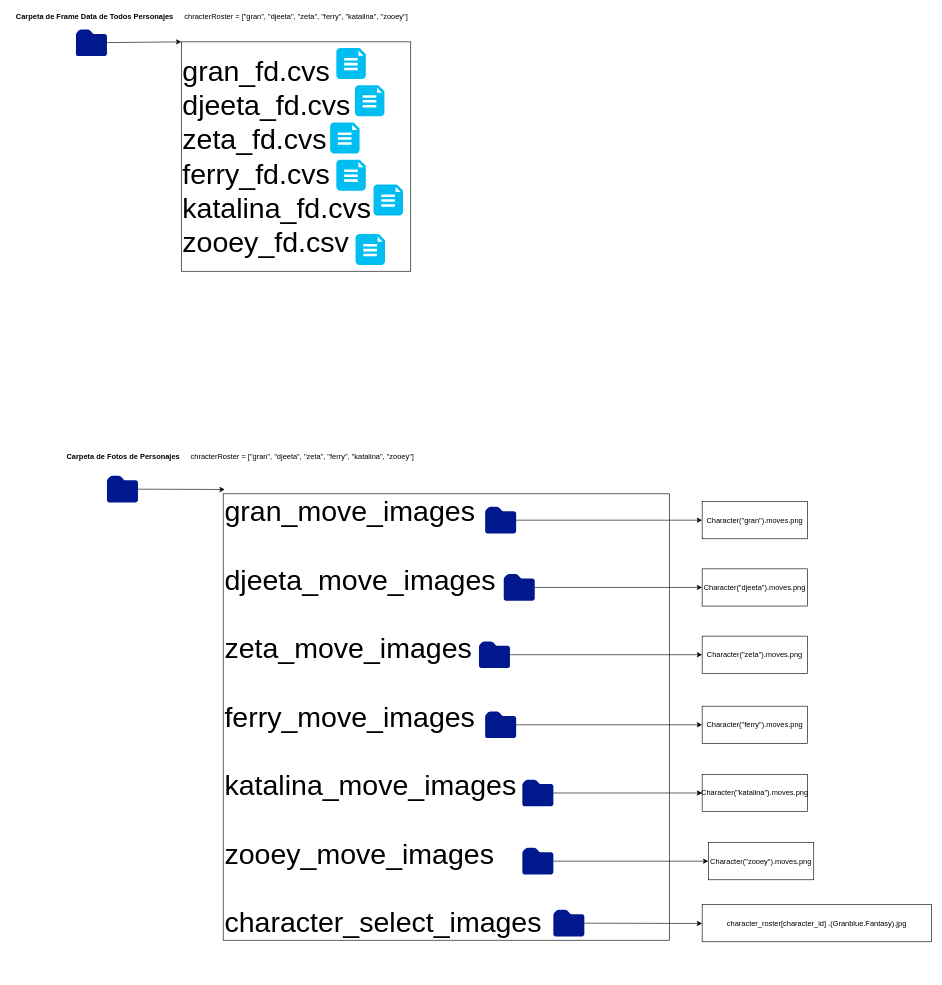
This is Models/Database diagram.drawio from aramis-matos/SkyboundDB, a draw.io file, before an edit. Source tidied: cells renumbered, new cells numbered last; positions are measured from the earlier drawing's top-left corner, leaving out a move shared by most shapes. Both pictures are drawn from the tidied source at 62%, with x=0, y=0 at pixel (11, 11).
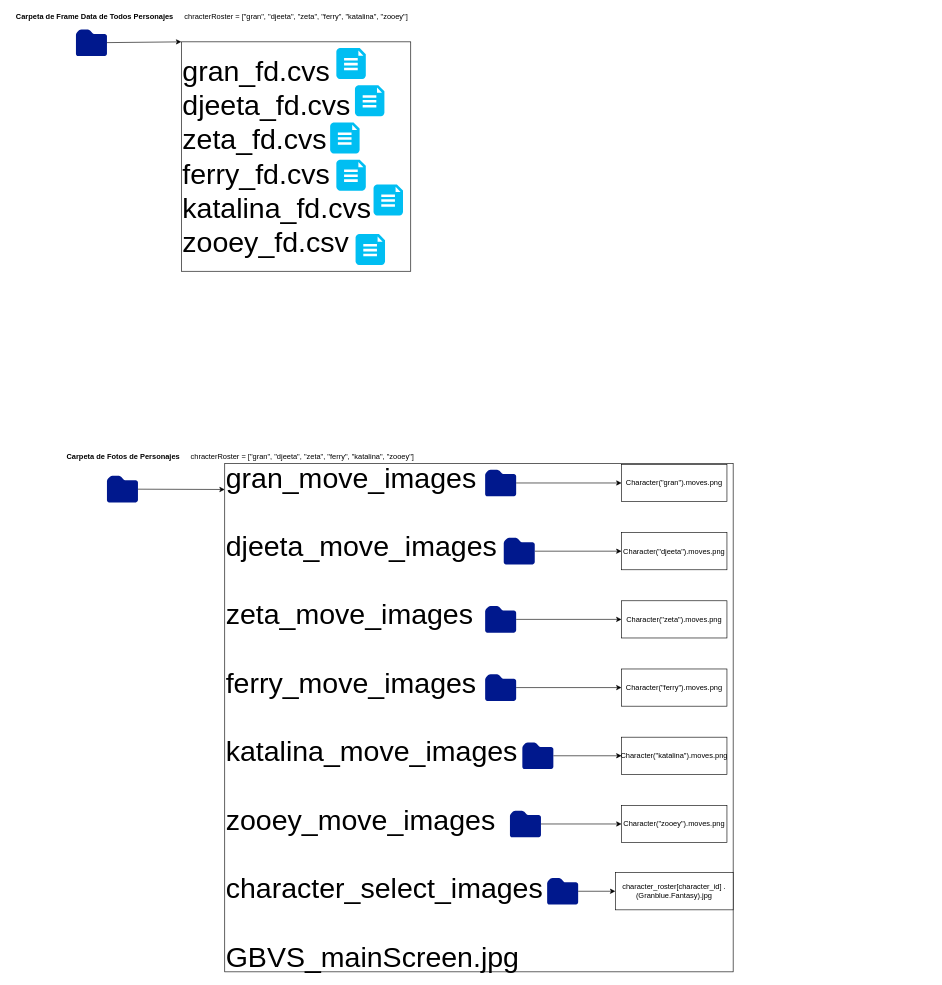
Above is the later version.

Diff of the diagram source:
```diff
@@
-    <mxCell id="16" value="&lt;div style=&quot;font-size: 46px&quot; align=&quot;left&quot;&gt;&lt;font style=&quot;font-size: 46px&quot;&gt;gran_move_images&lt;/font&gt;&lt;/div&gt;&lt;div style=&quot;font-size: 46px&quot; align=&quot;left&quot;&gt;&lt;font style=&quot;font-size: 46px&quot;&gt;&lt;br&gt;&lt;/font&gt;&lt;/div&gt;&lt;div style=&quot;font-size: 46px&quot; align=&quot;left&quot;&gt;&lt;font style=&quot;font-size: 46px&quot;&gt;djeeta_move_images&lt;/font&gt;&lt;/div&gt;&lt;div style=&quot;font-size: 46px&quot; align=&quot;left&quot;&gt;&lt;font style=&quot;font-size: 46px&quot;&gt;&lt;/font&gt;&lt;br&gt;&lt;div style=&quot;font-size: 46px&quot; align=&quot;left&quot;&gt;&lt;font style=&quot;font-size: 46px&quot;&gt;zeta_move_images&lt;/font&gt;&lt;/div&gt;&lt;div style=&quot;font-size: 46px&quot; align=&quot;left&quot;&gt;&lt;font style=&quot;font-size: 46px&quot;&gt;&lt;/font&gt;&lt;br&gt;&lt;div style=&quot;font-size: 46px&quot; align=&quot;left&quot;&gt;&lt;font style=&quot;font-size: 46px&quot;&gt;ferry_move_images&lt;/font&gt;&lt;/div&gt;&lt;div style=&quot;font-size: 46px&quot; align=&quot;left&quot;&gt;&lt;font style=&quot;font-size: 46px&quot;&gt;&lt;/font&gt;&lt;br&gt;&lt;div style=&quot;font-size: 46px&quot; align=&quot;left&quot;&gt;&lt;font style=&quot;font-size: 46px&quot;&gt;katalina_move_images&lt;/font&gt;&lt;/div&gt;&lt;div style=&quot;font-size: 46px&quot; align=&quot;left&quot;&gt;&lt;font style=&quot;font-size: 46px&quot;&gt;&lt;/font&gt;&lt;br&gt;&lt;div style=&quot;font-size: 46px&quot; align=&quot;left&quot;&gt;&lt;font style=&quot;font-size: 46px&quot;&gt;zooey_move_images&lt;/font&gt;&lt;/div&gt;&lt;div style=&quot;font-size: 46px&quot; align=&quot;left&quot;&gt;&lt;font style=&quot;font-size: 46px&quot;&gt;&lt;br&gt;&lt;/font&gt;&lt;/div&gt;&lt;div style=&quot;font-size: 46px&quot; align=&quot;left&quot;&gt;&lt;font style=&quot;font-size: 46px&quot;&gt;character_select_images&lt;br&gt;&lt;/font&gt;&lt;/div&gt;&lt;/div&gt;&lt;/div&gt;&lt;/div&gt;&lt;/div&gt;" style="whiteSpace=wrap;html=1;align=left;" parent="1" vertex="1">
-      <mxGeometry x="342.5" y="779" width="720" height="720" as="geometry" />
+    <mxCell id="16" value="&lt;div style=&quot;font-size: 46px&quot; align=&quot;left&quot;&gt;&lt;font style=&quot;font-size: 46px&quot;&gt;gran_move_images&lt;/font&gt;&lt;/div&gt;&lt;div style=&quot;font-size: 46px&quot; align=&quot;left&quot;&gt;&lt;font style=&quot;font-size: 46px&quot;&gt;&lt;br&gt;&lt;/font&gt;&lt;/div&gt;&lt;div style=&quot;font-size: 46px&quot; align=&quot;left&quot;&gt;&lt;font style=&quot;font-size: 46px&quot;&gt;djeeta_move_images&lt;/font&gt;&lt;/div&gt;&lt;div style=&quot;font-size: 46px&quot; align=&quot;left&quot;&gt;&lt;font style=&quot;font-size: 46px&quot;&gt;&lt;/font&gt;&lt;br&gt;&lt;div style=&quot;font-size: 46px&quot; align=&quot;left&quot;&gt;&lt;font style=&quot;font-size: 46px&quot;&gt;zeta_move_images&lt;/font&gt;&lt;/div&gt;&lt;div style=&quot;font-size: 46px&quot; align=&quot;left&quot;&gt;&lt;font style=&quot;font-size: 46px&quot;&gt;&lt;/font&gt;&lt;br&gt;&lt;div style=&quot;font-size: 46px&quot; align=&quot;left&quot;&gt;&lt;font style=&quot;font-size: 46px&quot;&gt;ferry_move_images&lt;/font&gt;&lt;/div&gt;&lt;div style=&quot;font-size: 46px&quot; align=&quot;left&quot;&gt;&lt;font style=&quot;font-size: 46px&quot;&gt;&lt;/font&gt;&lt;br&gt;&lt;div style=&quot;font-size: 46px&quot; align=&quot;left&quot;&gt;&lt;font style=&quot;font-size: 46px&quot;&gt;katalina_move_images&lt;/font&gt;&lt;/div&gt;&lt;div style=&quot;font-size: 46px&quot; align=&quot;left&quot;&gt;&lt;font style=&quot;font-size: 46px&quot;&gt;&lt;/font&gt;&lt;br&gt;&lt;div style=&quot;font-size: 46px&quot; align=&quot;left&quot;&gt;&lt;font style=&quot;font-size: 46px&quot;&gt;zooey_move_images&lt;/font&gt;&lt;/div&gt;&lt;div style=&quot;font-size: 46px&quot; align=&quot;left&quot;&gt;&lt;font style=&quot;font-size: 46px&quot;&gt;&lt;br&gt;&lt;/font&gt;&lt;/div&gt;&lt;div style=&quot;font-size: 46px&quot; align=&quot;left&quot;&gt;&lt;font style=&quot;font-size: 46px&quot;&gt;character_select_images&lt;/font&gt;&lt;/div&gt;&lt;div style=&quot;font-size: 46px&quot; align=&quot;left&quot;&gt;&lt;font style=&quot;font-size: 46px&quot;&gt;&lt;br&gt;&lt;/font&gt;&lt;/div&gt;GBVS_mainScreen.jpg&lt;/div&gt;&lt;/div&gt;&lt;/div&gt;&lt;/div&gt;" style="whiteSpace=wrap;html=1;align=left;" parent="1" vertex="1">
+      <mxGeometry x="345" y="730" width="820" height="820" as="geometry" />
     </mxCell>
     <mxCell id="17" style="shadow=0;dashed=0;html=1;strokeColor=none;labelPosition=center;verticalLabelPosition=bottom;verticalAlign=top;align=center;fillColor=#00188D;shape=mxgraph.mscae.enterprise.folder;" parent="1" vertex="1">
-      <mxGeometry x="765" y="800" width="50" height="43" as="geometry" />
+      <mxGeometry x="765" y="740" width="50" height="43" as="geometry" />
     </mxCell>
@@
     <mxCell id="19" style="shadow=0;dashed=0;html=1;strokeColor=none;labelPosition=center;verticalLabelPosition=bottom;verticalAlign=top;align=center;fillColor=#00188D;shape=mxgraph.mscae.enterprise.folder;" parent="1" vertex="1">
-      <mxGeometry x="795" y="908.5" width="50" height="43" as="geometry" />
+      <mxGeometry x="795" y="850" width="50" height="43" as="geometry" />
     </mxCell>
@@
     <mxCell id="21" style="shadow=0;dashed=0;html=1;strokeColor=none;labelPosition=center;verticalLabelPosition=bottom;verticalAlign=top;align=center;fillColor=#00188D;shape=mxgraph.mscae.enterprise.folder;" parent="1" vertex="1">
-      <mxGeometry x="755" y="1017" width="50" height="43" as="geometry" />
+      <mxGeometry x="765" y="960" width="50" height="43" as="geometry" />
     </mxCell>
@@
     <mxCell id="23" style="shadow=0;dashed=0;html=1;strokeColor=none;labelPosition=center;verticalLabelPosition=bottom;verticalAlign=top;align=center;fillColor=#00188D;shape=mxgraph.mscae.enterprise.folder;" parent="1" vertex="1">
-      <mxGeometry x="765" y="1130" width="50" height="43" as="geometry" />
+      <mxGeometry x="765" y="1070" width="50" height="43" as="geometry" />
     </mxCell>
@@
     <mxCell id="25" style="shadow=0;dashed=0;html=1;strokeColor=none;labelPosition=center;verticalLabelPosition=bottom;verticalAlign=top;align=center;fillColor=#00188D;shape=mxgraph.mscae.enterprise.folder;" parent="1" vertex="1">
-      <mxGeometry x="825" y="1240" width="50" height="43" as="geometry" />
+      <mxGeometry x="825" y="1180" width="50" height="43" as="geometry" />
     </mxCell>
@@
     <mxCell id="27" style="shadow=0;dashed=0;html=1;strokeColor=none;labelPosition=center;verticalLabelPosition=bottom;verticalAlign=top;align=center;fillColor=#00188D;shape=mxgraph.mscae.enterprise.folder;" parent="1" vertex="1">
-      <mxGeometry x="825" y="1350" width="50" height="43" as="geometry" />
+      <mxGeometry x="805" y="1290" width="50" height="43" as="geometry" />
     </mxCell>
@@
     <mxCell id="29" value="Character(&quot;gran&quot;).moves.png" style="rounded=0;whiteSpace=wrap;html=1;" parent="1" vertex="1">
-      <mxGeometry x="1115" y="791.5" width="170" height="60" as="geometry" />
+      <mxGeometry x="985" y="731.5" width="170" height="60" as="geometry" />
     </mxCell>
     <mxCell id="30" value="Character(&quot;djeeta&quot;).moves.png" style="rounded=0;whiteSpace=wrap;html=1;" parent="1" vertex="1">
-      <mxGeometry x="1115" y="900" width="170" height="60" as="geometry" />
+      <mxGeometry x="985" y="841.5" width="170" height="60" as="geometry" />
     </mxCell>
     <mxCell id="31" value="Character(&quot;zeta&quot;).moves.png" style="rounded=0;whiteSpace=wrap;html=1;" parent="1" vertex="1">
-      <mxGeometry x="1115" y="1008.5" width="170" height="60" as="geometry" />
+      <mxGeometry x="985" y="951.5" width="170" height="60" as="geometry" />
     </mxCell>
     <mxCell id="32" value="&lt;div&gt;Character(&quot;ferry&quot;).moves.png&lt;/div&gt;" style="rounded=0;whiteSpace=wrap;html=1;" parent="1" vertex="1">
-      <mxGeometry x="1115" y="1121.5" width="170" height="60" as="geometry" />
+      <mxGeometry x="985" y="1061.5" width="170" height="60" as="geometry" />
     </mxCell>
     <mxCell id="33" value="Character(&quot;katalina&quot;).moves.png" style="rounded=0;whiteSpace=wrap;html=1;" parent="1" vertex="1">
-      <mxGeometry x="1115" y="1231.5" width="170" height="60" as="geometry" />
+      <mxGeometry x="985" y="1171.5" width="170" height="60" as="geometry" />
     </mxCell>
     <mxCell id="34" value="Character(&quot;zooey&quot;).moves.png" style="rounded=0;whiteSpace=wrap;html=1;" parent="1" vertex="1">
-      <mxGeometry x="1125" y="1341.5" width="170" height="60" as="geometry" />
+      <mxGeometry x="985" y="1281.5" width="170" height="60" as="geometry" />
     </mxCell>
     <mxCell id="35" style="shadow=0;dashed=0;html=1;strokeColor=none;labelPosition=center;verticalLabelPosition=bottom;verticalAlign=top;align=center;fillColor=#00188D;shape=mxgraph.mscae.enterprise.folder;" parent="1" vertex="1">
-      <mxGeometry x="875" y="1450" width="50" height="43" as="geometry" />
+      <mxGeometry x="865" y="1398.5" width="50" height="43" as="geometry" />
     </mxCell>
-    <mxCell id="36" style="endArrow=classic;html=1;exitX=1;exitY=0.5;exitDx=0;exitDy=0;exitPerimeter=0;" parent="1" edge="1" source="35">
-      <mxGeometry relative="1" as="geometry">
-        <mxPoint x="1115" y="1472" as="targetPoint" />
-      </mxGeometry>
+    <mxCell id="36" style="endArrow=classic;html=1;exitX=1;exitY=0.5;exitDx=0;exitDy=0;exitPerimeter=0;entryX=0;entryY=0.5;entryDx=0;entryDy=0;" parent="1" edge="1" source="35" target="37">
+      <mxGeometry relative="1" as="geometry" />
     </mxCell>
     <mxCell id="37" value="character_roster[character_id] .(Granblue.Fantasy).jpg" style="rounded=0;whiteSpace=wrap;html=1;" parent="1" vertex="1">
-      <mxGeometry x="1115" y="1441.5" width="370" height="60" as="geometry" />
+      <mxGeometry x="975" y="1390" width="190" height="60" as="geometry" />
     </mxCell>
```
